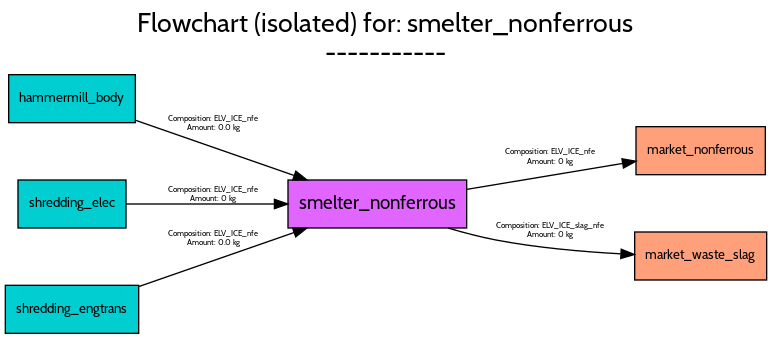
The Graphviz diagram src/futuram/examples/ELV/figures/flowcharts/processes/png/smelter_nonferrous.png in FutuRaM-Project/Recovery-Model, before a commit. Its source is kept beside it as src/futuram/examples/ELV/figures/flowcharts/processes/dot/smelter_nonferrous.dot.
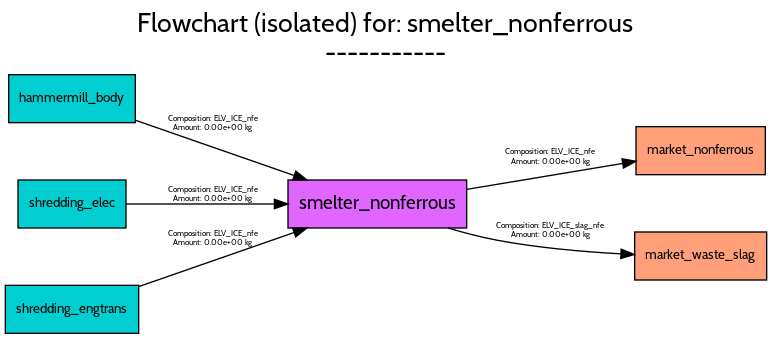
Later version of the same file.

Diff of the diagram source:
```diff
@@ -35,7 +35,7 @@
 		fontname=Cabin,
 		fontsize=6,
 		label="Composition: ELV_ICE_nfe
-Amount: 0 kg",
+Amount: 0.00e+00 kg",
 		lp="409,132",
 		pos="e,472.91,129.09 346.04,107.98 382.61,114.07 427.65,121.56 462.81,127.4"];
 	market_waste_slag	[fillcolor=lightsalmon1,
@@ -50,7 +50,7 @@
 		fontname=Cabin,
 		fontsize=6,
 		label="Composition: ELV_ICE_slag_nfe
-Amount: 0 kg",
+Amount: 0.00e+00 kg",
 		lp="409,77",
 		pos="e,471.72,59.12 332.11,78.956 343.8,75.487 356.23,72.241 368,70 398.55,64.183 433.07,61.177 461.53,59.628"];
 	hammermill_body	[fillcolor=darkturquoise,
@@ -65,7 +65,7 @@
 		fontname=Cabin,
 		fontsize=6,
 		label="Composition: ELV_ICE_nfe
-Amount: 0.0 kg",
+Amount: 0.00e+00 kg",
 		lp="156,157",
 		pos="e,226.15,115.04 97.759,159.73 132.07,147.79 179.01,131.45 216.38,118.45"];
 	shredding_elec	[fillcolor=darkturquoise,
@@ -80,7 +80,7 @@
 		fontname=Cabin,
 		fontsize=6,
 		label="Composition: ELV_ICE_nfe
-Amount: 0 kg",
+Amount: 0.00e+00 kg",
 		lp="156,104",
 		pos="e,211.82,97 90.54,97 121.08,97 164.26,97 201.49,97"];
 	shredding_engtrans	[fillcolor=darkturquoise,
@@ -95,7 +95,7 @@
 		fontname=Cabin,
 		fontsize=6,
 		label="Composition: ELV_ICE_nfe
-Amount: 0.0 kg",
+Amount: 0.00e+00 kg",
 		lp="156,71",
 		pos="e,226.08,78.931 100.26,35.142 134.37,47.014 180.03,62.905 216.53,75.607"];
 }
```
